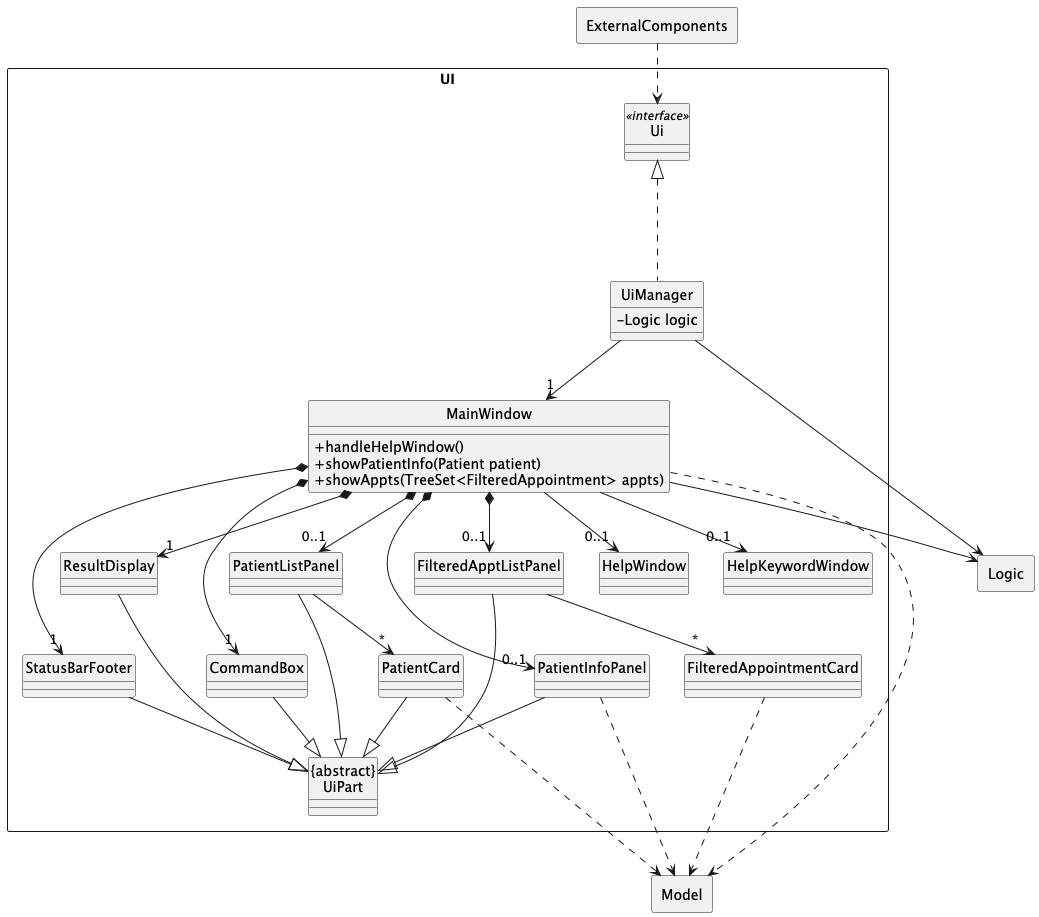
Before: docs/images/UiClassDiagram.png, a diagram exported from PlantUML (nus-cs2103-AY2425S1/tp).
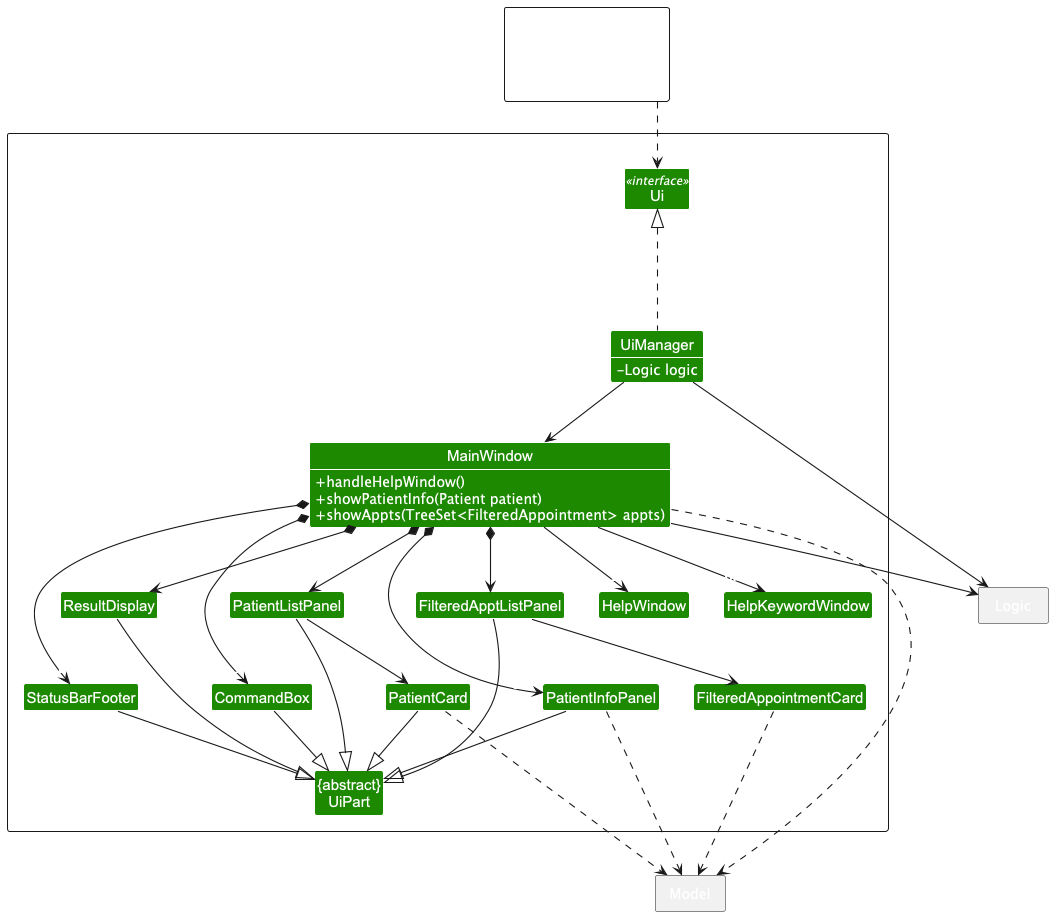
The same file after the commit.

Diff of the diagram source:
```diff
@@ -1,12 +1,15 @@
 @startuml UiClassDiagram
+
+!include style.puml
 top to bottom direction
-hide circle
+skinparam arrowThickness 1.1
+skinparam classBackgroundColor UI_COLOR
 skinparam classAttributeIconSize 0
 
+skinparam defaultFontColor White
+
 package "UI" <<Rectangle>> {
-    class Ui <<interface>>{
-
-    }
+    Class Ui <<interface>>
 
     class UiManager {
         -Logic logic
@@ -18,25 +21,11 @@
         +showAppts(TreeSet<FilteredAppointment> appts)
     }
 
-    class HelpWindow {
-
-    }
-
-    class HelpKeywordWindow {
-
-    }
-
-    class ResultDisplay {
-
-    }
-
-    class PatientListPanel {
-
-    }
-
-    class PatientCard {
-
-    }
+    Class HelpWindow
+    Class HelpKeywordWindow
+    Class ResultDisplay
+    Class PatientListPanel
+    Class PatientCard
 
     class StatusBarFooter {
 
@@ -64,16 +53,17 @@
 }
 
 package Model <<Rectangle>> {
-
+    skinparam classBackgroundColor UI_COLOR
 }
 
 package Logic <<Rectangle>> {
-
+    skinparam classBackgroundColor UI_COLOR
 }
 
 package ExternalComponents <<Rectangle>> {
+   Class HiddenLogic #FFFFFF
+}
 
-}
 
 ExternalComponents ..> Ui
 Ui <|-.- UiManager
```
